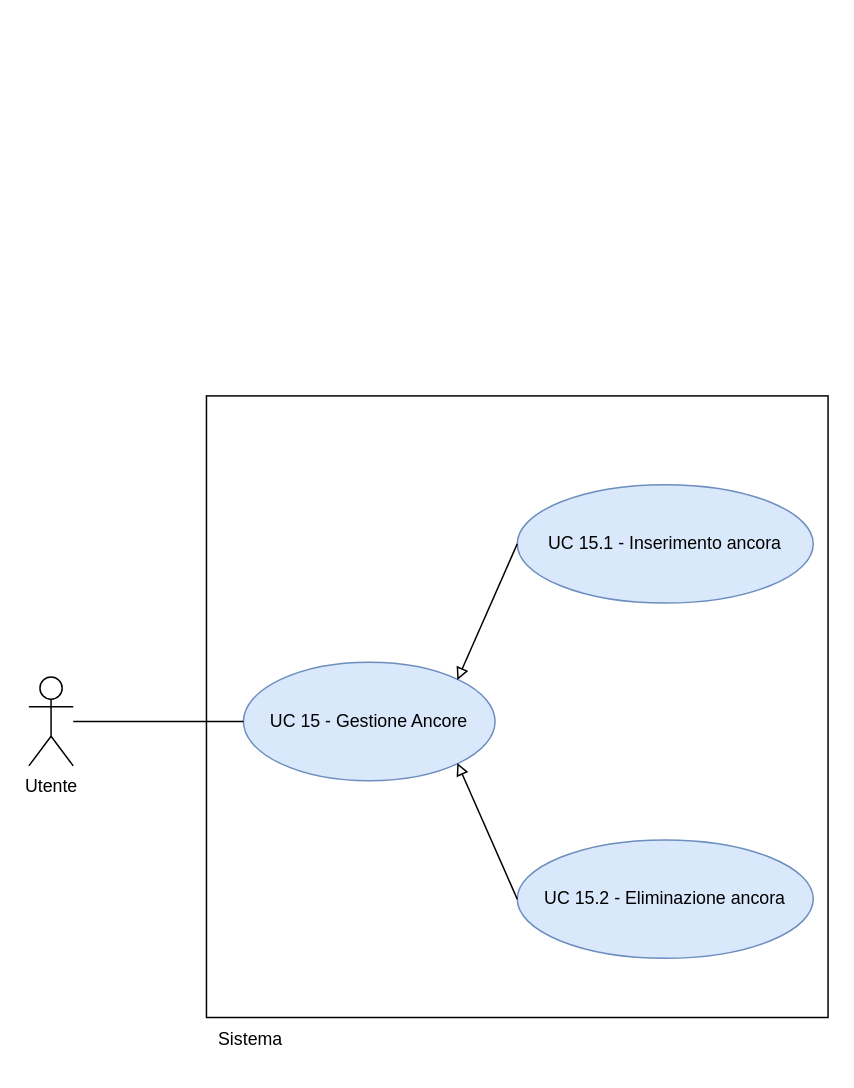
thebitless-group-swe/thebitless.github.io keeps this draw.io diagram as RTB/doc_esterna/analisi-dei-requisiti/assets/draw.io/UC15.drawio. Above is the earlier version. Source tidied: cells renumbered, new cells numbered last; positions are measured from the earlier drawing's top-left corner, leaving out a move shared by most shapes. Both pictures are drawn from the tidied source at 148%, with x=0, y=0 at pixel (28, 395).
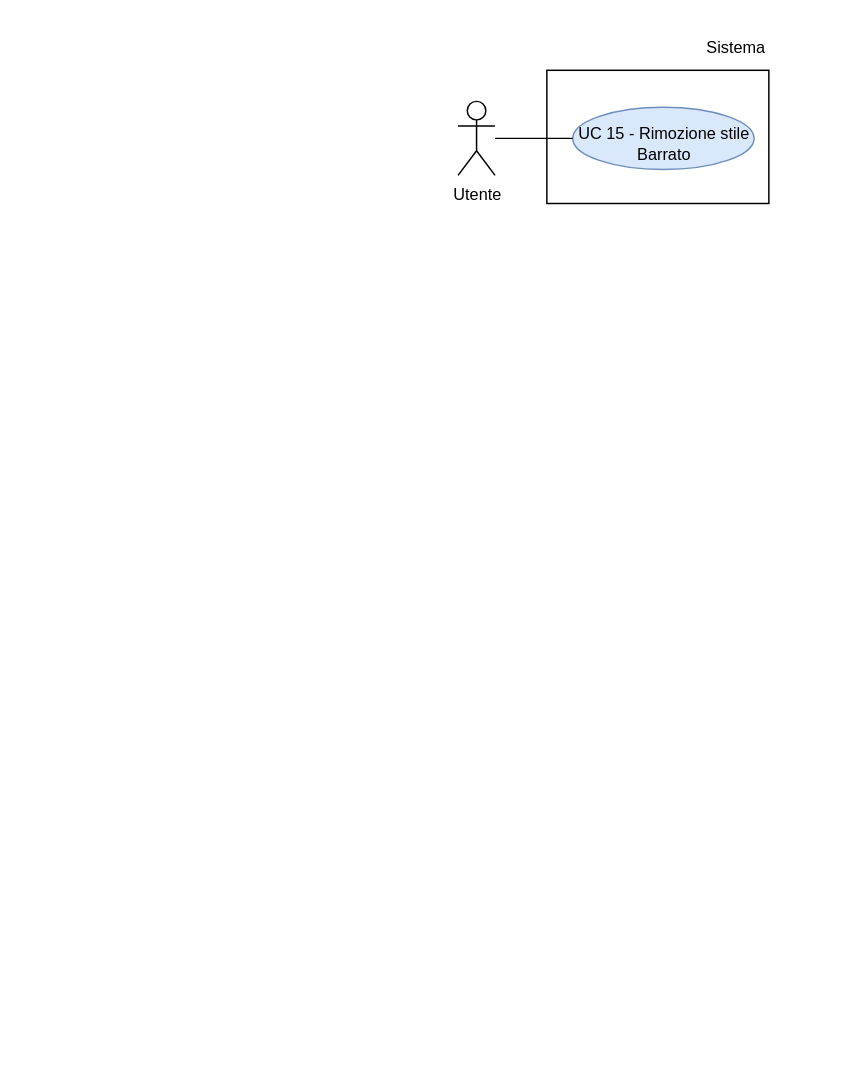
The same diagram, later.

Change to the diagram source:
```diff
@@
 <mxGraphModel>
   <root>
     <mxCell id="0" />
     <mxCell id="1" parent="0" />
-    <mxCell id="2" value="Utente" style="shape=umlActor;verticalLabelPosition=bottom;verticalAlign=top;html=1;outlineConnect=0;" parent="1" vertex="1">
-      <mxGeometry y="190" width="30" height="60" as="geometry" />
+    <mxCell id="2" value="Utente" style="shape=umlActor;verticalLabelPosition=bottom;verticalAlign=top;html=1;outlineConnect=0;fontSize=11;" parent="1" vertex="1">
+      <mxGeometry x="290" y="-199" width="25" height="50" as="geometry" />
     </mxCell>
-    <mxCell id="3" style="whiteSpace=wrap;html=1;" parent="1" vertex="1">
-      <mxGeometry x="120" width="420" height="420" as="geometry" />
-    </mxCell>
+    <mxCell id="11" style="rounded=0;whiteSpace=wrap;html=1;strokeWidth=1;" parent="1" vertex="1">
+      <mxGeometry x="350" y="-220" width="150" height="90" as="geometry" />
+    </mxCell>
-    <mxCell id="4" value="Sistema" style="text;html=1;whiteSpace=wrap;strokeColor=none;fillColor=none;align=center;verticalAlign=middle;rounded=0;" parent="1" vertex="1">
-      <mxGeometry x="120" y="420" width="60" height="30" as="geometry" />
+    <mxCell id="4" value="Sistema" style="text;html=1;whiteSpace=wrap;strokeColor=none;fillColor=none;align=right;verticalAlign=middle;fontSize=11;" parent="1" vertex="1">
+      <mxGeometry x="440" y="-250" width="60" height="30" as="geometry" />
     </mxCell>
-    <mxCell id="5" value="UC 15 - Gestione Ancore" style="ellipse;whiteSpace=wrap;html=1;fillColor=#dae8fc;strokeColor=#6c8ebf;" parent="1" vertex="1">
-      <mxGeometry x="145" y="180" width="170" height="80" as="geometry" />
-    </mxCell>
-    <mxCell id="6" style="edgeStyle=orthogonalEdgeStyle;rounded=0;jettySize=auto;html=1;endArrow=none;endFill=0;" parent="1" edge="1" source="2" target="5">
-      <mxGeometry relative="1" as="geometry" />
-    </mxCell>
-    <mxCell id="7" value="UC 15.1 - Inserimento ancora" style="ellipse;whiteSpace=wrap;html=1;fillColor=#dae8fc;strokeColor=#6c8ebf;" parent="1" vertex="1">
-      <mxGeometry x="330" y="60" width="200" height="80" as="geometry" />
-    </mxCell>
-    <mxCell id="8" value="UC 15.2 - Eliminazione ancora" style="ellipse;whiteSpace=wrap;html=1;fillColor=#dae8fc;strokeColor=#6c8ebf;" parent="1" vertex="1">
-      <mxGeometry x="330" y="300" width="200" height="80" as="geometry" />
-    </mxCell>
-    <mxCell id="9" style="endArrow=block;endFill=0;html=1;rounded=0;exitX=0;exitY=0.5;exitDx=0;exitDy=0;entryX=0.85;entryY=0.15;entryDx=0;entryDy=0;entryPerimeter=0;" parent="1" edge="1" source="7" target="5">
-      <mxGeometry relative="1" as="geometry" />
-    </mxCell>
-    <mxCell id="10" style="endArrow=block;endFill=0;html=1;rounded=0;exitX=0;exitY=0.5;exitDx=0;exitDy=0;entryX=0.85;entryY=0.85;entryDx=0;entryDy=0;entryPerimeter=0;" parent="1" edge="1" source="8" target="5">
-      <mxGeometry relative="1" as="geometry" />
-    </mxCell>
+    <mxCell id="12" value="&lt;div&gt;UC 15 - Rimozione stile Barrato&lt;/div&gt;" style="ellipse;whiteSpace=wrap;html=1;fillColor=#dae8fc;strokeColor=#6c8ebf;fontSize=11;convertToSvg=1;svgWhiteSpace=wrap;labelBorderColor=none;labelBackgroundColor=none;spacingBottom=-8;" parent="1" vertex="1">
+      <mxGeometry x="367.5" y="-195" width="122.5" height="42" as="geometry" />
+    </mxCell>
+    <mxCell id="13" style="edgeStyle=none;rounded=0;jettySize=auto;html=1;endArrow=none;endFill=0;" parent="1" edge="1" source="2" target="12">
+      <mxGeometry relative="1" as="geometry" />
+    </mxCell>
+    <mxCell id="14" style="edgeStyle=orthogonalEdgeStyle;rounded=0;orthogonalLoop=1;jettySize=auto;html=1;exitX=0.5;exitY=1;exitDx=0;exitDy=0;" parent="1" edge="1" source="4" target="4">
+      <mxGeometry relative="1" as="geometry" />
+    </mxCell>
   </root>
 </mxGraphModel>
```
